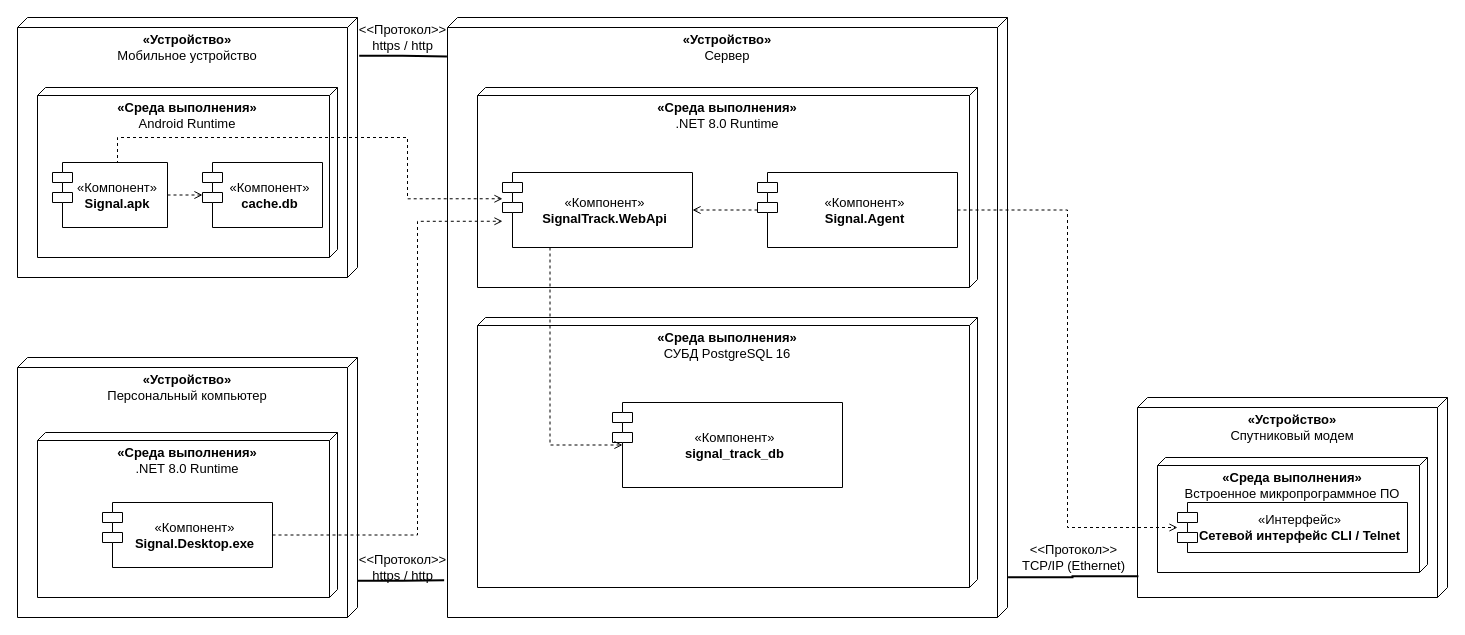
The draw.io diagram deployment-diagram.drawio in Skverno-Slov/kursach, before the edit. Source tidied: cells renumbered, new cells numbered last; positions are measured from the earlier drawing's top-left corner, leaving out a move shared by most shapes. Both pictures are drawn from the tidied source at 100%, with x=0, y=0 at pixel (17, 17).
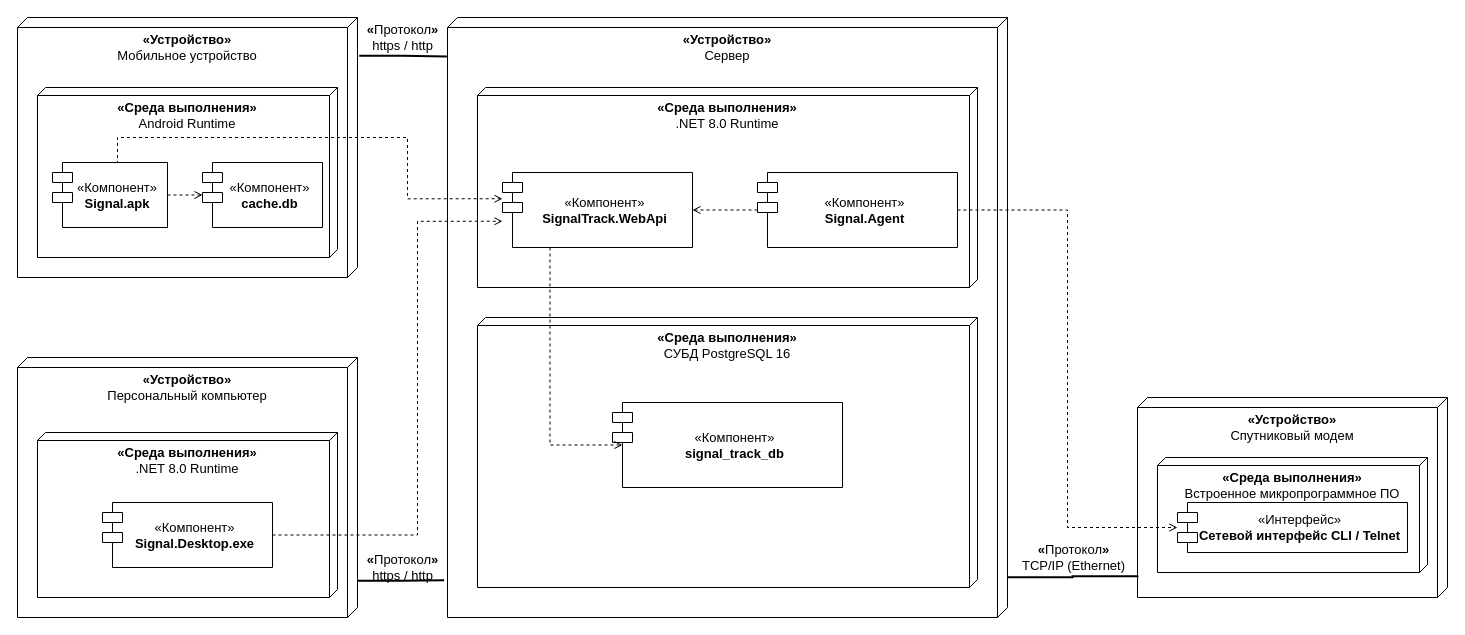
After the change.

The change refers to these unchanged cells:
```xml
<mxCell id="2" value="&lt;b&gt;«Устройство»&lt;/b&gt;&lt;br&gt;&lt;font&gt;Мобильное устройство&lt;/font&gt;" style="verticalAlign=top;align=center;spacingTop=8;shape=cube;size=10;direction=south;html=1;whiteSpace=wrap;fontSize=13;" parent="1" vertex="1">
  <mxGeometry width="340" height="260" as="geometry" />
</mxCell>
<mxCell id="7" value="&lt;b&gt;«Устройство»&lt;/b&gt;&lt;br&gt;&lt;font&gt;Персональный компьютер&lt;br&gt;&lt;/font&gt;" style="verticalAlign=top;align=center;spacingTop=8;shape=cube;size=10;direction=south;html=1;whiteSpace=wrap;fontSize=13;" parent="1" vertex="1">
  <mxGeometry y="340" width="340" height="260" as="geometry" />
</mxCell>
<mxCell id="10" value="&lt;b&gt;«Устройство»&lt;/b&gt;&lt;br&gt;&lt;font&gt;Сервер&lt;/font&gt;" style="verticalAlign=top;align=center;spacingTop=8;shape=cube;size=10;direction=south;html=1;whiteSpace=wrap;fontSize=13;" parent="1" vertex="1">
  <mxGeometry x="430" width="560" height="600" as="geometry" />
</mxCell>
<mxCell id="16" value="&lt;b&gt;«Устройство»&lt;/b&gt;&lt;br&gt;&lt;font&gt;Спутниковый модем&lt;/font&gt;" style="verticalAlign=top;align=center;spacingTop=8;shape=cube;size=10;direction=south;html=1;whiteSpace=wrap;fontSize=13;" parent="1" vertex="1">
  <mxGeometry x="1120" y="380" width="310" height="200" as="geometry" />
</mxCell>
```

The edit, as a diff of the source:
```diff
@@
-    <mxCell id="19" value="&amp;lt;&amp;lt;Протокол&amp;gt;&amp;gt;&lt;br&gt;https / http" style="edgeStyle=orthogonalEdgeStyle;rounded=0;jettySize=auto;html=1;exitX=0.147;exitY=-0.005;exitDx=0;exitDy=0;entryX=0.065;entryY=1.001;entryDx=0;entryDy=0;endArrow=none;strokeWidth=2;exitPerimeter=0;entryPerimeter=0;labelBackgroundColor=none;fontSize=13;" parent="1" edge="1" source="2" target="10">
+    <mxCell id="19" value="&lt;b style=&quot;border-color: var(--border-color);&quot;&gt;«&lt;/b&gt;Протокол&lt;b style=&quot;border-color: var(--border-color);&quot;&gt;»&lt;/b&gt;&lt;br&gt;https / http" style="edgeStyle=orthogonalEdgeStyle;rounded=0;jettySize=auto;html=1;exitX=0.147;exitY=-0.005;exitDx=0;exitDy=0;entryX=0.065;entryY=1.001;entryDx=0;entryDy=0;endArrow=none;strokeWidth=2;exitPerimeter=0;entryPerimeter=0;labelBackgroundColor=none;fontSize=13;" parent="1" edge="1" source="2" target="10">
       <mxGeometry x="-0.02" y="-18" relative="1" as="geometry">
         <mxPoint x="18" y="-18" as="offset" />
       </mxGeometry>
     </mxCell>
@@
-    <mxCell id="21" value="&lt;span&gt;&lt;font&gt;&amp;lt;&amp;lt;Протокол&amp;gt;&amp;gt;&lt;br&gt;https / http&lt;/font&gt;&lt;/span&gt;" style="edgeStyle=orthogonalEdgeStyle;rounded=0;jettySize=auto;html=1;exitX=0.859;exitY=-0.001;exitDx=0;exitDy=0;entryX=0.938;entryY=1.006;entryDx=0;entryDy=0;endArrow=none;strokeWidth=2;exitPerimeter=0;entryPerimeter=0;labelBackgroundColor=none;fontSize=13;" parent="1" edge="1" source="7" target="10">
+    <mxCell id="21" value="&lt;b style=&quot;border-color: var(--border-color);&quot;&gt;«&lt;/b&gt;&lt;font&gt;Протокол&lt;/font&gt;&lt;b style=&quot;border-color: var(--border-color);&quot;&gt;»&lt;/b&gt;&lt;span&gt;&lt;font&gt;&lt;br&gt;https / http&lt;/font&gt;&lt;/span&gt;" style="edgeStyle=orthogonalEdgeStyle;rounded=0;jettySize=auto;html=1;exitX=0.859;exitY=-0.001;exitDx=0;exitDy=0;entryX=0.938;entryY=1.006;entryDx=0;entryDy=0;endArrow=none;strokeWidth=2;exitPerimeter=0;entryPerimeter=0;labelBackgroundColor=none;fontSize=13;" parent="1" edge="1" source="7" target="10">
       <mxGeometry x="0.04" y="13" relative="1" as="geometry" />
     </mxCell>
@@
-    <mxCell id="25" value="&amp;lt;&amp;lt;Протокол&amp;gt;&amp;gt;&lt;br&gt;TCP/IP (Ethernet)" style="edgeStyle=orthogonalEdgeStyle;rounded=0;jettySize=auto;html=1;exitX=0.933;exitY=-0.001;exitDx=0;exitDy=0;entryX=0.894;entryY=0.997;entryDx=0;entryDy=0;endArrow=none;strokeWidth=2;entryPerimeter=0;exitPerimeter=0;labelBackgroundColor=none;fontSize=13;" parent="1" edge="1" source="10" target="16">
+    <mxCell id="25" value="&lt;b style=&quot;border-color: var(--border-color);&quot;&gt;«&lt;/b&gt;Протокол&lt;b style=&quot;border-color: var(--border-color);&quot;&gt;»&lt;/b&gt;&lt;br&gt;TCP/IP (Ethernet)" style="edgeStyle=orthogonalEdgeStyle;rounded=0;jettySize=auto;html=1;exitX=0.933;exitY=-0.001;exitDx=0;exitDy=0;entryX=0.894;entryY=0.997;entryDx=0;entryDy=0;endArrow=none;strokeWidth=2;entryPerimeter=0;exitPerimeter=0;labelBackgroundColor=none;fontSize=13;" parent="1" edge="1" source="10" target="16">
       <mxGeometry y="19" relative="1" as="geometry" />
     </mxCell>
```
